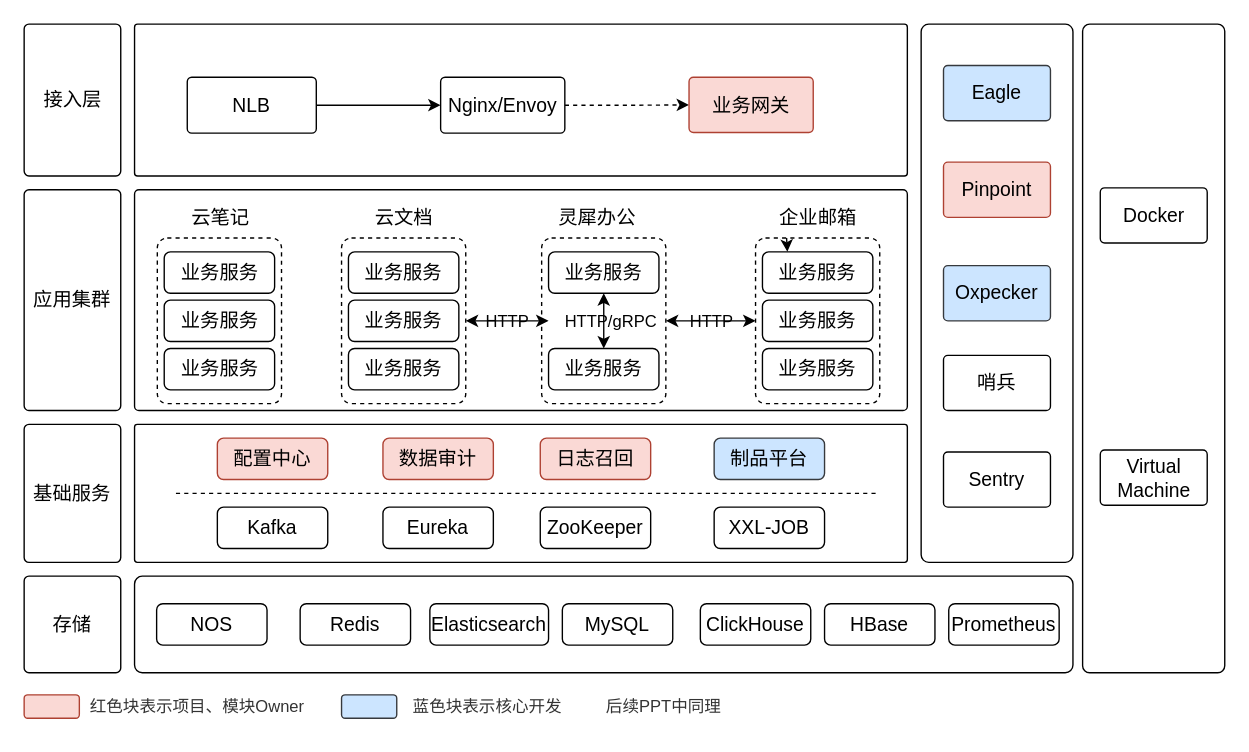
Before: page "灵犀架构图" (1 of 12) of Untitled Diagram.drawio in maxuewen/draw.io, a draw.io diagram. Source tidied: cells renumbered, new cells numbered last; positions are measured from the earlier drawing's top-left corner, leaving out a move shared by most shapes. Both pictures are drawn from the tidied source at 138%, with x=0, y=0 at pixel (23, 23).
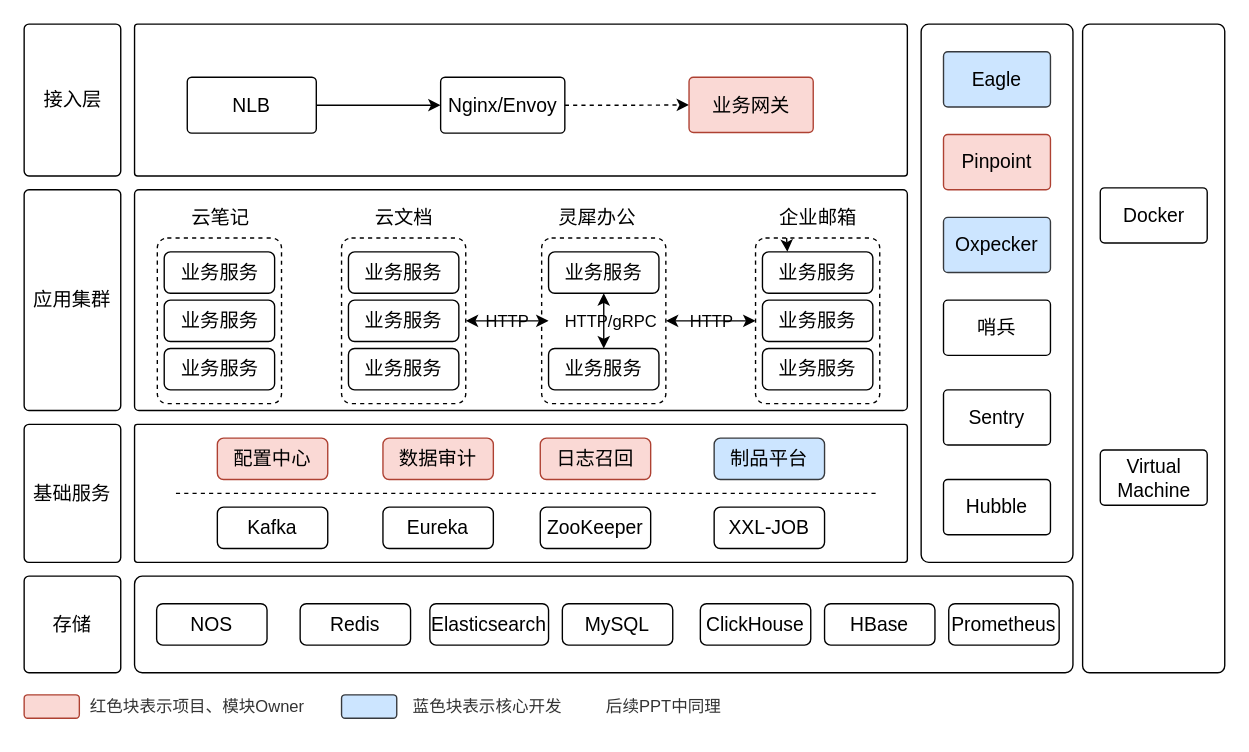
The same page after the edit.

Change to the diagram source:
```diff
@@
     <mxCell id="49" value="Pinpoint" style="rounded=1;whiteSpace=wrap;html=1;arcSize=8;fillStyle=auto;shadow=0;glass=0;sketch=0;fontSize=14;fillColor=#fad9d5;strokeColor=#ae4132;" parent="1" vertex="1">
-      <mxGeometry x="666.2" y="100" width="77.5" height="40" as="geometry" />
+      <mxGeometry x="666.2" y="80" width="77.5" height="40" as="geometry" />
     </mxCell>
     <mxCell id="50" value="Eagle" style="rounded=1;whiteSpace=wrap;html=1;arcSize=8;fillStyle=auto;shadow=0;glass=0;sketch=0;fontSize=14;fillColor=#cce5ff;strokeColor=#36393d;" parent="1" vertex="1">
-      <mxGeometry x="666.2" y="30" width="77.5" height="40" as="geometry" />
+      <mxGeometry x="666.2" y="20" width="77.5" height="40" as="geometry" />
     </mxCell>
     <mxCell id="51" value="Oxpecker" style="rounded=1;whiteSpace=wrap;html=1;arcSize=8;fillStyle=auto;shadow=0;glass=0;sketch=0;fontSize=14;fillColor=#cce5ff;strokeColor=#36393d;" parent="1" vertex="1">
-      <mxGeometry x="666.2" y="175" width="77.5" height="40" as="geometry" />
+      <mxGeometry x="666.2" y="140" width="77.5" height="40" as="geometry" />
     </mxCell>
     <mxCell id="52" value="哨兵" style="rounded=1;whiteSpace=wrap;html=1;arcSize=8;fillStyle=auto;shadow=0;glass=0;sketch=0;fontSize=14;" parent="1" vertex="1">
-      <mxGeometry x="666.2" y="240" width="77.5" height="40" as="geometry" />
+      <mxGeometry x="666.2" y="200" width="77.5" height="40" as="geometry" />
     </mxCell>
@@
     <mxCell id="57" value="Sentry" style="rounded=1;whiteSpace=wrap;html=1;arcSize=8;fillStyle=auto;shadow=0;glass=0;sketch=0;fontSize=14;" parent="1" vertex="1">
-      <mxGeometry x="666.2" y="310" width="77.5" height="40" as="geometry" />
+      <mxGeometry x="666.2" y="265" width="77.5" height="40" as="geometry" />
     </mxCell>
@@
+    <mxCell id="70" value="Hubble" style="rounded=1;whiteSpace=wrap;html=1;arcSize=8;fillStyle=auto;shadow=0;glass=0;sketch=0;fontSize=14;" parent="1" vertex="1">
+      <mxGeometry x="666.2" y="330" width="77.5" height="40" as="geometry" />
+    </mxCell>
```
